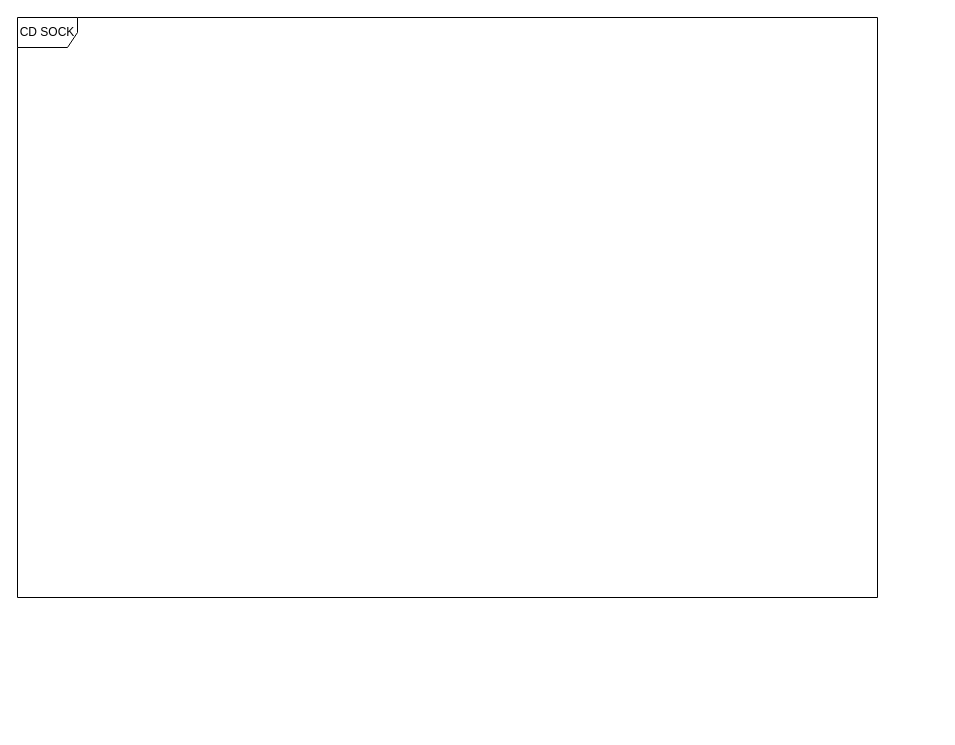
The draw.io diagram SWD/CompressionSock/CD.drawio in ReneDiff/4.-Semester, before the edit. Source tidied: cells renumbered, new cells numbered last; positions are measured from the earlier drawing's top-left corner, leaving out a move shared by most shapes. Both pictures are drawn from the tidied source at 100%, with x=0, y=0 at pixel (17, 17).
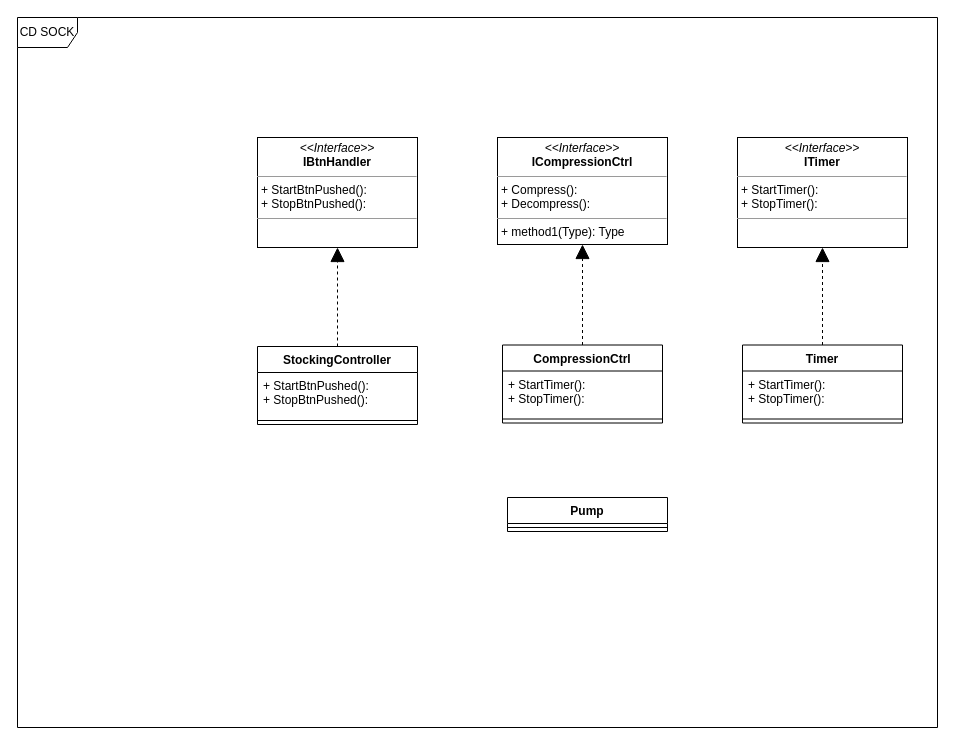
Above is the later version.

Change to the diagram source:
```diff
@@
 <mxGraphModel>
   <root>
     <mxCell id="0" />
     <mxCell id="1" parent="0" />
     <mxCell id="2" value="CD SOCK" style="shape=umlFrame;whiteSpace=wrap;html=1;" parent="1" vertex="1">
-      <mxGeometry width="860" height="580" as="geometry" />
+      <mxGeometry width="920" height="710" as="geometry" />
     </mxCell>
+    <mxCell id="3" value="&lt;p style=&quot;margin:0px;margin-top:4px;text-align:center;&quot;&gt;&lt;i&gt;&amp;lt;&amp;lt;Interface&amp;gt;&amp;gt;&lt;/i&gt;&lt;br&gt;&lt;b&gt;IBtnHandler&lt;/b&gt;&lt;/p&gt;&lt;hr size=&quot;1&quot;&gt;&lt;p style=&quot;margin:0px;margin-left:4px;&quot;&gt;+ StartBtnPushed():&amp;nbsp;&lt;br&gt;+ StopBtnPushed():&lt;/p&gt;&lt;hr size=&quot;1&quot;&gt;&lt;p style=&quot;margin:0px;margin-left:4px;&quot;&gt;&lt;br&gt;&lt;/p&gt;" style="verticalAlign=top;align=left;overflow=fill;fontSize=12;fontFamily=Helvetica;html=1;" parent="1" vertex="1">
+      <mxGeometry x="240" y="120" width="160" height="110" as="geometry" />
+    </mxCell>
+    <mxCell id="4" value="&lt;p style=&quot;margin:0px;margin-top:4px;text-align:center;&quot;&gt;&lt;i&gt;&amp;lt;&amp;lt;Interface&amp;gt;&amp;gt;&lt;/i&gt;&lt;br&gt;&lt;b&gt;ICompressionCtrl&lt;/b&gt;&lt;/p&gt;&lt;hr size=&quot;1&quot;&gt;&lt;p style=&quot;margin:0px;margin-left:4px;&quot;&gt;+ Compress():&amp;nbsp;&lt;br&gt;+ Decompress():&lt;/p&gt;&lt;hr size=&quot;1&quot;&gt;&lt;p style=&quot;margin:0px;margin-left:4px;&quot;&gt;+ method1(Type): Type&lt;br&gt;&lt;/p&gt;" style="verticalAlign=top;align=left;overflow=fill;fontSize=12;fontFamily=Helvetica;html=1;" parent="1" vertex="1">
+      <mxGeometry x="480" y="120" width="170" height="107" as="geometry" />
+    </mxCell>
+    <mxCell id="5" value="StockingController" style="swimlane;fontStyle=1;align=center;verticalAlign=top;horizontal=1;startSize=26;" parent="1" vertex="1">
+      <mxGeometry x="240" y="329" width="160" height="78" as="geometry" />
+    </mxCell>
+    <mxCell id="6" value="+ StartBtnPushed():&#10;+ StopBtnPushed():" style="text;strokeColor=none;fillColor=none;align=left;verticalAlign=top;spacingLeft=4;spacingRight=4;overflow=hidden;" parent="5" vertex="1">
+      <mxGeometry y="26" width="160" height="44" as="geometry" />
+    </mxCell>
+    <mxCell id="7" style="line;strokeWidth=1;fillColor=none;align=left;verticalAlign=middle;spacingTop=-1;spacingLeft=3;spacingRight=3;labelPosition=right;strokeColor=inherit;" parent="5" vertex="1">
+      <mxGeometry y="70" width="160" height="8" as="geometry" />
+    </mxCell>
+    <mxCell id="8" style="endArrow=block;dashed=1;endFill=1;endSize=12;html=1;exitX=0.5;exitY=0;exitDx=0;exitDy=0;entryX=0.5;entryY=1;entryDx=0;entryDy=0;startArrow=none;startFill=0;" parent="1" edge="1" source="5" target="3">
+      <mxGeometry relative="1" as="geometry" />
+    </mxCell>
+    <mxCell id="9" value="&lt;p style=&quot;margin:0px;margin-top:4px;text-align:center;&quot;&gt;&lt;i&gt;&amp;lt;&amp;lt;Interface&amp;gt;&amp;gt;&lt;/i&gt;&lt;br&gt;&lt;b&gt;ITimer&lt;/b&gt;&lt;/p&gt;&lt;hr size=&quot;1&quot;&gt;&lt;p style=&quot;margin:0px;margin-left:4px;&quot;&gt;+ StartTimer():&lt;br&gt;+ StopTimer():&lt;/p&gt;&lt;hr size=&quot;1&quot;&gt;&lt;p style=&quot;margin:0px;margin-left:4px;&quot;&gt;&lt;br&gt;&lt;/p&gt;" style="verticalAlign=top;align=left;overflow=fill;fontSize=12;fontFamily=Helvetica;html=1;" parent="1" vertex="1">
+      <mxGeometry x="720" y="120" width="170" height="110" as="geometry" />
+    </mxCell>
+    <mxCell id="10" value="Timer" style="swimlane;fontStyle=1;align=center;verticalAlign=top;horizontal=1;startSize=26;" parent="1" vertex="1">
+      <mxGeometry x="725" y="327.5" width="160" height="78" as="geometry" />
+    </mxCell>
+    <mxCell id="11" value="+ StartTimer():&#10;+ StopTimer():" style="text;strokeColor=none;fillColor=none;align=left;verticalAlign=top;spacingLeft=4;spacingRight=4;overflow=hidden;" parent="10" vertex="1">
+      <mxGeometry y="26" width="160" height="44" as="geometry" />
+    </mxCell>
+    <mxCell id="12" style="line;strokeWidth=1;fillColor=none;align=left;verticalAlign=middle;spacingTop=-1;spacingLeft=3;spacingRight=3;labelPosition=right;strokeColor=inherit;" parent="10" vertex="1">
+      <mxGeometry y="70" width="160" height="8" as="geometry" />
+    </mxCell>
+    <mxCell id="13" style="endArrow=block;dashed=1;endFill=1;endSize=12;html=1;exitX=0.5;exitY=0;exitDx=0;exitDy=0;entryX=0.5;entryY=1;entryDx=0;entryDy=0;startArrow=none;startFill=0;" parent="1" edge="1" source="10" target="9">
+      <mxGeometry relative="1" as="geometry" />
+    </mxCell>
+    <mxCell id="14" value="Pump" style="swimlane;fontStyle=1;align=center;verticalAlign=top;horizontal=1;startSize=26;" parent="1" vertex="1">
+      <mxGeometry x="490" y="480" width="160" height="34" as="geometry" />
+    </mxCell>
+    <mxCell id="15" style="line;strokeWidth=1;fillColor=none;align=left;verticalAlign=middle;spacingTop=-1;spacingLeft=3;spacingRight=3;labelPosition=right;strokeColor=inherit;" parent="14" vertex="1">
+      <mxGeometry y="26" width="160" height="8" as="geometry" />
+    </mxCell>
+    <mxCell id="16" value="CompressionCtrl" style="swimlane;fontStyle=1;align=center;verticalAlign=top;horizontal=1;startSize=26;" parent="1" vertex="1">
+      <mxGeometry x="485" y="327.5" width="160" height="78" as="geometry" />
+    </mxCell>
+    <mxCell id="17" value="+ StartTimer():&#10;+ StopTimer():" style="text;strokeColor=none;fillColor=none;align=left;verticalAlign=top;spacingLeft=4;spacingRight=4;overflow=hidden;" parent="16" vertex="1">
+      <mxGeometry y="26" width="160" height="44" as="geometry" />
+    </mxCell>
+    <mxCell id="18" style="line;strokeWidth=1;fillColor=none;align=left;verticalAlign=middle;spacingTop=-1;spacingLeft=3;spacingRight=3;labelPosition=right;strokeColor=inherit;" parent="16" vertex="1">
+      <mxGeometry y="70" width="160" height="8" as="geometry" />
+    </mxCell>
+    <mxCell id="19" style="endArrow=block;dashed=1;endFill=1;endSize=12;html=1;exitX=0.5;exitY=0;exitDx=0;exitDy=0;entryX=0.5;entryY=1;entryDx=0;entryDy=0;startArrow=none;startFill=0;" parent="1" edge="1" source="16" target="4">
+      <mxGeometry relative="1" as="geometry" />
+    </mxCell>
   </root>
 </mxGraphModel>
```
